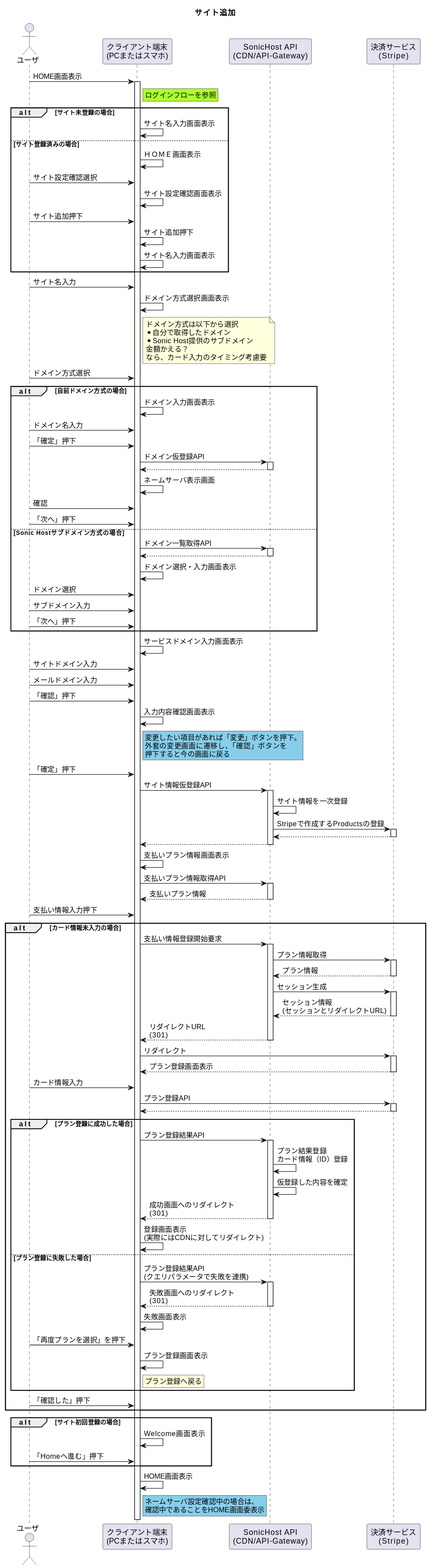
This is 01_Sequences/03_SiteRegistration/01_AddSite/addSiteFlow.svg from Sonic-Host/documents, a PlantUML export, as it was before one commit. Source of this version:
```plantuml
@startuml
title サイト追加

actor "ユーザ" as user
participant "クライアント端末\n(PCまたはスマホ)" as device
participant "SonicHost API\n(CDN/API-Gateway)" as api
participant "決済サービス\n(Stripe)" as stripe


user -> device ++: HOME画面表示
rnote right of device #GreenYellow
    ログインフローを参照
end note
alt サイト未登録の場合
    device -> device : サイト名入力画面表示
else サイト登録済みの場合
    device -> device : ＨＯＭＥ画面表示
    user -> device : サイト設定確認選択
    device -> device : サイト設定確認画面表示
    user -> device : サイト追加押下
    device -> device : サイト追加押下
    device -> device : サイト名入力画面表示
end
user -> device : サイト名入力
device -> device : ドメイン方式選択画面表示
note right of device
    ドメイン方式は以下から選択
    * 自分で取得したドメイン
    * Sonic Host提供のサブドメイン
    金額かえる？
    なら、カード入力のタイミング考慮要
end note
user -> device : ドメイン方式選択
alt 自前ドメイン方式の場合
    device -> device :ドメイン入力画面表示
    user -> device : ドメイン名入力
    user -> device : 「確定」押下
    device -> api ++ : ドメイン仮登録API
    device <-- api --
    device -> device : ネームサーバ表示画面
    user -> device : 確認
    user -> device : 「次へ」押下
else Sonic Hostサブドメイン方式の場合
    device -> api ++ : ドメイン一覧取得API
    device <-- api --
    device -> device : ドメイン選択・入力画面表示
    user -> device : ドメイン選択
    user -> device : サブドメイン入力
    user -> device : 「次へ」押下
end
device -> device : サービスドメイン入力画面表示
user -> device : サイトドメイン入力
user -> device : メールドメイン入力
user -> device : 「確認」押下
device -> device : 入力内容確認画面表示
rnote right of device #SkyBlue
    変更したい項目があれば「変更」ボタンを押下。
    外套の変更画面に遷移し、「確認」ボタンを
    押下すると今の画面に戻る
end note
user -> device : 「確定」押下
device -> api ++ : サイト情報仮登録API
api -> api  : サイト情報を一次登録
api -> stripe ++ : Stripeで作成するProductsの登録
api <-- stripe --
device <-- api --
device -> device : 支払いプラン情報画面表示
device -> api ++ : 支払いプラン情報取得API
device <-- api -- : 支払いプラン情報
user -> device : 支払い情報入力押下
alt カード情報未入力の場合
    device -> api ++ : 支払い情報登録開始要求
    api -> stripe ++ : プラン情報取得
    api <-- stripe -- : プラン情報
    api -> stripe ++ : セッション生成
    api <-- stripe -- : セッション情報\n(セッションとリダイレクトURL)
    device <-- api -- : リダイレクトURL\n(301)
    device -> stripe ++ : リダイレクト
    device <-- stripe -- : プラン登録画面表示
    user -> device : カード情報入力
    device -> stripe ++ : プラン登録API
    device <-- stripe --
    alt プラン登録に成功した場合
        device -> api ++ : プラン登録結果API
        api -> api : プラン結果登録\nカード情報（ID）登録
        api -> api : 仮登録した内容を確定
        device <-- api -- : 成功画面へのリダイレクト\n(301)
        device -> device : 登録画面表示\n(実際にはCDNに対してリダイレクト)
    else プラン登録に失敗した場合
        device -> api ++ : プラン登録結果API\n(クエリパラメータで失敗を連携)
        device <-- api -- : 失敗画面へのリダイレクト\n(301)
        device -> device : 失敗画面表示
        user -> device : 「再度プランを選択」を押下
        device -> device : プラン登録画面表示
        rnote right of device
            プラン登録へ戻る
        end note
    end
    user -> device : 「確認した」押下
end
alt サイト初回登録の場合
    device -> device : Welcome画面表示
    user -> device : 「Homeへ進む」押下
end
device -> device : HOME画面表示
rnote right of device #SkyBlue
    ネームサーバ設定確認中の場合は、
    確認中であることをHOME画面委表示
end note
@enduml
```
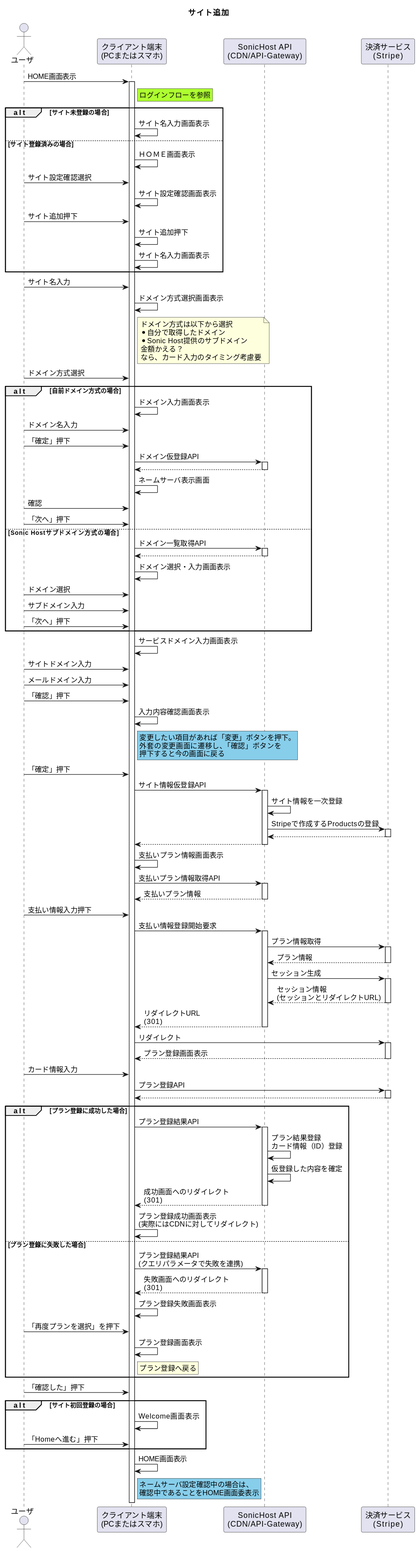
Above is the later version.

Change to the diagram source:
```diff
@@ -68,36 +68,35 @@
 device -> api ++ : 支払いプラン情報取得API
 device <-- api -- : 支払いプラン情報
 user -> device : 支払い情報入力押下
-alt カード情報未入力の場合
-    device -> api ++ : 支払い情報登録開始要求
-    api -> stripe ++ : プラン情報取得
-    api <-- stripe -- : プラン情報
-    api -> stripe ++ : セッション生成
-    api <-- stripe -- : セッション情報\n(セッションとリダイレクトURL)
-    device <-- api -- : リダイレクトURL\n(301)
-    device -> stripe ++ : リダイレクト
-    device <-- stripe -- : プラン登録画面表示
-    user -> device : カード情報入力
-    device -> stripe ++ : プラン登録API
-    device <-- stripe --
-    alt プラン登録に成功した場合
-        device -> api ++ : プラン登録結果API
-        api -> api : プラン結果登録\nカード情報（ID）登録
-        api -> api : 仮登録した内容を確定
-        device <-- api -- : 成功画面へのリダイレクト\n(301)
-        device -> device : 登録画面表示\n(実際にはCDNに対してリダイレクト)
-    else プラン登録に失敗した場合
-        device -> api ++ : プラン登録結果API\n(クエリパラメータで失敗を連携)
-        device <-- api -- : 失敗画面へのリダイレクト\n(301)
-        device -> device : 失敗画面表示
-        user -> device : 「再度プランを選択」を押下
-        device -> device : プラン登録画面表示
-        rnote right of device
-            プラン登録へ戻る
-        end note
-    end
-    user -> device : 「確認した」押下
+device -> api ++ : 支払い情報登録開始要求
+api -> stripe ++ : プラン情報取得
+api <-- stripe -- : プラン情報
+api -> stripe ++ : セッション生成
+api <-- stripe -- : セッション情報\n(セッションとリダイレクトURL)
+device <-- api -- : リダイレクトURL\n(301)
+device -> stripe ++ : リダイレクト
+device <-- stripe -- : プラン登録画面表示
+user -> device : カード情報入力
+device -> stripe ++ : プラン登録API
+device <-- stripe --
+alt プラン登録に成功した場合
+    device -> api ++ : プラン登録結果API
+    api -> api : プラン結果登録\nカード情報（ID）登録
+    api -> api : 仮登録した内容を確定
+    device <-- api -- : 成功画面へのリダイレクト\n(301)
+    device -> device : プラン登録成功画面表示\n(実際にはCDNに対してリダイレクト)
+else プラン登録に失敗した場合
+    device -> api ++ : プラン登録結果API\n(クエリパラメータで失敗を連携)
+    device <-- api -- : 失敗画面へのリダイレクト\n(301)
+    device -> device : プラン登録失敗画面表示
+    user -> device : 「再度プランを選択」を押下
+    device -> device : プラン登録画面表示
+    rnote right of device
+        プラン登録へ戻る
+    end note
 end
+user -> device : 「確認した」押下
+
 alt サイト初回登録の場合
     device -> device : Welcome画面表示
     user -> device : 「Homeへ進む」押下
```
